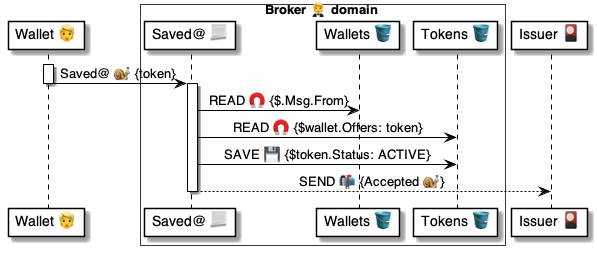
The PlantUML diagram 4 ⚙️ Solution/20 🧑‍🦰 UI/Brokers 🤵/🤵🅰️ Broker methods/Tokens 🎫 Saved 🧑‍🦰🐌🤵/🤵 Saved ⚙️ uml.png in pollyweb-org/pollyweb-docs, before a commit. Its source is kept beside it as 4 ⚙️ Solution/20 🧑‍🦰 UI/Brokers 🤵/🤵🅰️ Broker methods/Tokens 🎫 Saved 🧑‍🦰🐌🤵/🤵 Saved ⚙️ uml.puml.
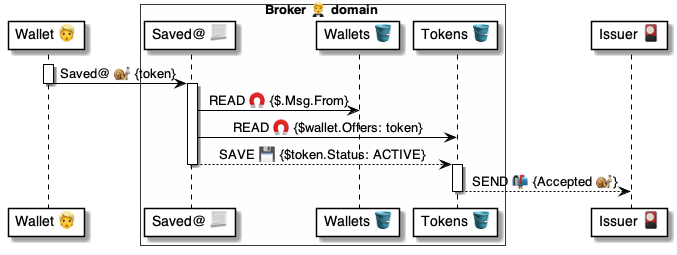
After the commit.

The edit, as a diff of the source:
```diff
@@ -17,9 +17,12 @@
 activate broker
     broker -> wallets: READ 🧲 {$.Msg.From}
     broker -> tokens: READ 🧲 {$wallet.Offers: token}
-    broker -> tokens: SAVE 💾 {$token.Status: ACTIVE}
-    broker --> issuer: SEND 📬 {Accepted 🐌}
+    broker --> tokens: SAVE 💾 {$token.Status: ACTIVE}
 deactivate broker
+
+activate tokens
+    tokens --> issuer: SEND 📬 {Accepted 🐌}
+deactivate tokens
 
 
 @enduml
```
